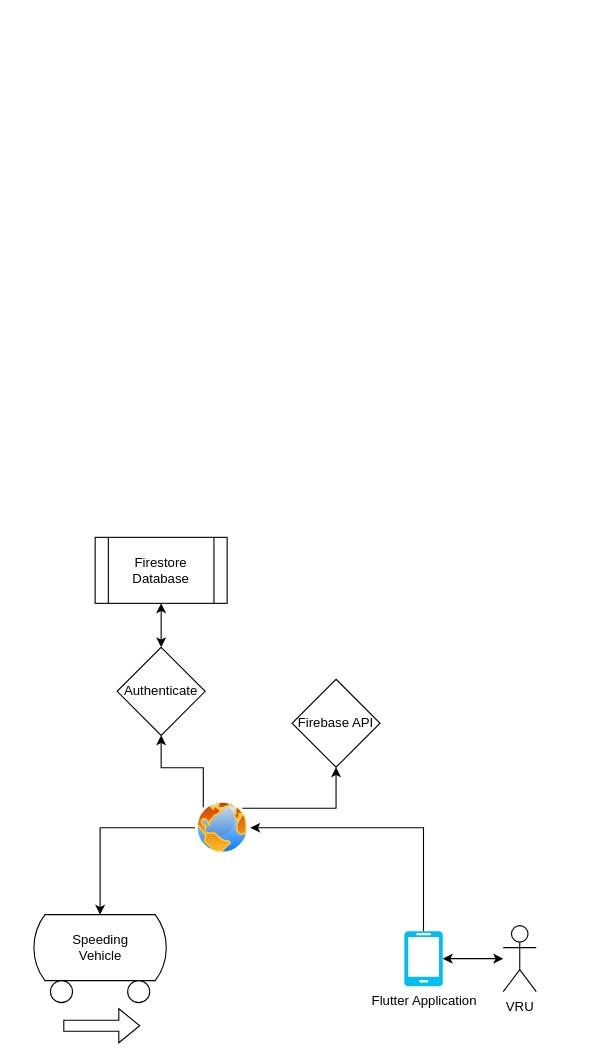
This is Untitled Diagram.drawio from rahulch02/smart-vehicle-mobility, a draw.io file, before an edit. Source tidied: cells renumbered, new cells numbered last; positions are measured from the earlier drawing's top-left corner, leaving out a move shared by most shapes. Both pictures are drawn from the tidied source at 110%, with x=0, y=0 at pixel (30, 537).
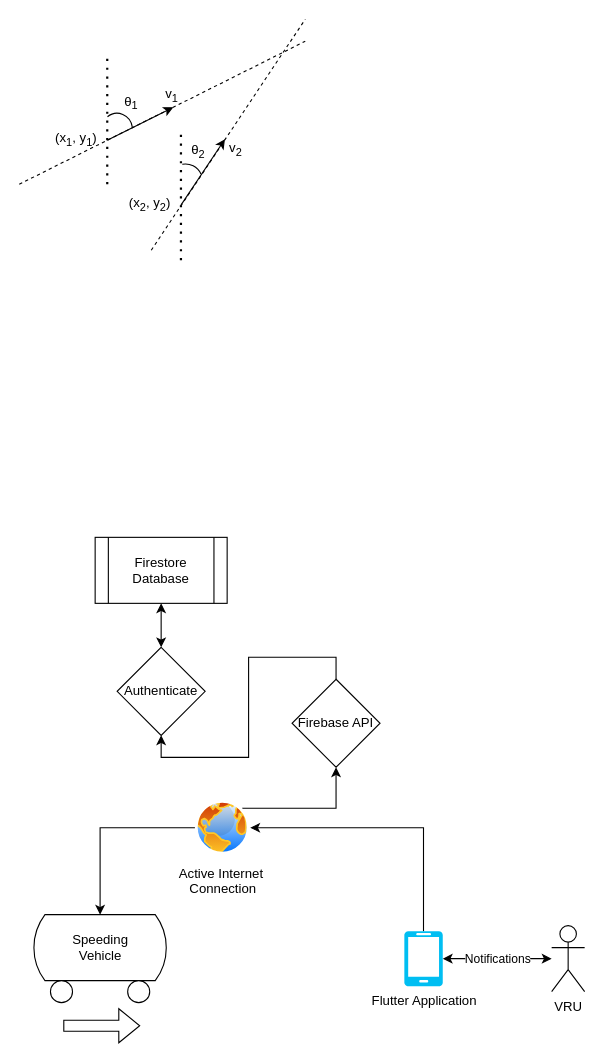
After the change.

Unchanged cells that the change refers to:
```xml
<mxCell id="3" value="Authenticate" style="rhombus;whiteSpace=wrap;html=1;" parent="1" vertex="1">
  <mxGeometry x="79" y="100" width="80" height="80" as="geometry" />
</mxCell>
<mxCell id="8" value="Flutter Application" style="verticalLabelPosition=bottom;html=1;verticalAlign=top;align=center;strokeColor=none;fillColor=#00BEF2;shape=mxgraph.azure.mobile;" parent="1" vertex="1">
  <mxGeometry x="340" y="358" width="35" height="50" as="geometry" />
</mxCell>
<mxCell id="12" value="Firebase API" style="rhombus;whiteSpace=wrap;html=1;" parent="1" vertex="1">
  <mxGeometry x="238" y="129" width="80" height="80" as="geometry" />
</mxCell>
```

Diff of the diagram source:
```diff
@@
     <mxCell id="9" value="VRU" style="shape=umlActor;verticalLabelPosition=bottom;verticalAlign=top;html=1;outlineConnect=0;" parent="1" vertex="1">
-      <mxGeometry x="430" y="353" width="30" height="60" as="geometry" />
+      <mxGeometry x="474" y="353" width="30" height="60" as="geometry" />
     </mxCell>
-    <mxCell id="10" style="endArrow=classic;startArrow=classic;html=1;rounded=0;exitX=1;exitY=0.5;exitDx=0;exitDy=0;exitPerimeter=0;" parent="1" edge="1" source="8" target="9">
+    <mxCell id="10" value="Notifications" style="endArrow=classic;startArrow=classic;html=1;rounded=0;exitX=1;exitY=0.5;exitDx=0;exitDy=0;exitPerimeter=0;" parent="1" edge="1" source="8" target="9">
       <mxGeometry relative="1" as="geometry" />
     </mxCell>
@@
+    <mxCell id="17" style="edgeStyle=orthogonalEdgeStyle;rounded=0;jettySize=auto;html=1;exitX=0.5;exitY=0;exitDx=0;exitDy=0;entryX=0.5;entryY=1;entryDx=0;entryDy=0;" parent="1" edge="1" source="12" target="3">
+      <mxGeometry relative="1" as="geometry" />
+    </mxCell>
@@
-    <mxCell id="15" style="edgeStyle=orthogonalEdgeStyle;rounded=0;jettySize=auto;html=1;exitX=0;exitY=0;exitDx=0;exitDy=0;entryX=0.5;entryY=1;entryDx=0;entryDy=0;" parent="1" edge="1" source="16" target="3">
-      <mxGeometry relative="1" as="geometry" />
-    </mxCell>
-    <mxCell id="16" style="image;perimeter=ellipsePerimeter;html=1;align=center;shadow=0;dashed=0;spacingTop=3;image=img/lib/active_directory/internet_globe.svg;" parent="1" vertex="1">
+    <mxCell id="16" value="&lt;div&gt;Active Internet&amp;nbsp;&lt;/div&gt;&lt;div&gt;Connection&lt;/div&gt;&lt;div&gt;&lt;br&gt;&lt;/div&gt;" style="image;perimeter=ellipsePerimeter;html=1;align=center;shadow=0;dashed=0;spacingTop=3;image=img/lib/active_directory/internet_globe.svg;" parent="1" vertex="1">
       <mxGeometry x="150" y="239" width="50" height="50" as="geometry" />
     </mxCell>
+    <mxCell id="18" style="endArrow=classic;html=1;rounded=0;" parent="1" edge="1">
+      <mxGeometry relative="1" as="geometry">
+        <mxPoint x="70" y="-361" as="sourcePoint" />
+        <mxPoint x="130" y="-391" as="targetPoint" />
+      </mxGeometry>
+    </mxCell>
+    <mxCell id="19" style="endArrow=none;dashed=1;html=1;dashPattern=1 3;strokeWidth=2;rounded=0;" parent="1" edge="1">
+      <mxGeometry relative="1" as="geometry">
+        <mxPoint x="70" y="-321" as="sourcePoint" />
+        <mxPoint x="70" y="-441" as="targetPoint" />
+      </mxGeometry>
+    </mxCell>
+    <mxCell id="20" style="endArrow=none;dashed=1;html=1;dashPattern=1 3;strokeWidth=2;rounded=0;" parent="1" edge="1">
+      <mxGeometry relative="1" as="geometry">
+        <mxPoint x="137" y="-252" as="sourcePoint" />
+        <mxPoint x="137" y="-372" as="targetPoint" />
+      </mxGeometry>
+    </mxCell>
+    <mxCell id="21" style="endArrow=classic;html=1;rounded=0;" parent="1" edge="1">
+      <mxGeometry relative="1" as="geometry">
+        <mxPoint x="137" y="-302" as="sourcePoint" />
+        <mxPoint x="177" y="-362" as="targetPoint" />
+      </mxGeometry>
+    </mxCell>
+    <mxCell id="22" style="verticalLabelPosition=bottom;verticalAlign=top;html=1;shape=mxgraph.basic.arc;startAngle=0.39452332288597114;endAngle=0.7263928920014064;rotation=-180;" parent="1" vertex="1">
+      <mxGeometry x="64.8" y="-385.5" width="28.2" height="30" as="geometry" />
+    </mxCell>
+    <mxCell id="23" style="verticalLabelPosition=bottom;verticalAlign=top;html=1;shape=mxgraph.basic.arc;startAngle=0.3;endAngle=0.513096540329736;rotation=-120;" parent="1" vertex="1">
+      <mxGeometry x="126" y="-339" width="31.2" height="30" as="geometry" />
+    </mxCell>
+    <mxCell id="24" value="(x&lt;sub&gt;1&lt;/sub&gt;, y&lt;sub&gt;1&lt;/sub&gt;)" style="text;html=1;strokeColor=none;fillColor=none;align=center;verticalAlign=middle;whiteSpace=wrap;rounded=0;" parent="1" vertex="1">
+      <mxGeometry x="11.8" y="-377" width="60" height="30" as="geometry" />
+    </mxCell>
+    <mxCell id="25" value="(x&lt;sub&gt;2&lt;/sub&gt;, y&lt;sub&gt;2&lt;/sub&gt;)" style="text;html=1;strokeColor=none;fillColor=none;align=center;verticalAlign=middle;whiteSpace=wrap;rounded=0;" parent="1" vertex="1">
+      <mxGeometry x="79" y="-318" width="60" height="30" as="geometry" />
+    </mxCell>
+    <mxCell id="26" value="&lt;br&gt;&lt;span class=&quot;ILfuVd&quot; lang=&quot;en&quot;&gt;&lt;span class=&quot;hgKElc&quot;&gt;θ&lt;/span&gt;&lt;/span&gt;&lt;sub&gt;2&lt;/sub&gt;" style="text;html=1;strokeColor=none;fillColor=none;align=center;verticalAlign=middle;whiteSpace=wrap;rounded=0;" parent="1" vertex="1">
+      <mxGeometry x="123" y="-373.5" width="60" height="30" as="geometry" />
+    </mxCell>
+    <mxCell id="27" value="&lt;br&gt;&lt;span class=&quot;ILfuVd&quot; lang=&quot;en&quot;&gt;&lt;span class=&quot;hgKElc&quot;&gt;θ&lt;/span&gt;&lt;/span&gt;&lt;sub&gt;1&lt;/sub&gt;" style="text;html=1;strokeColor=none;fillColor=none;align=center;verticalAlign=middle;whiteSpace=wrap;rounded=0;" parent="1" vertex="1">
+      <mxGeometry x="62" y="-417" width="60" height="30" as="geometry" />
+    </mxCell>
+    <mxCell id="28" style="endArrow=none;dashed=1;html=1;rounded=0;" parent="1" edge="1">
+      <mxGeometry relative="1" as="geometry">
+        <mxPoint x="-10" y="-321" as="sourcePoint" />
+        <mxPoint x="250" y="-451" as="targetPoint" />
+      </mxGeometry>
+    </mxCell>
+    <mxCell id="29" style="endArrow=none;dashed=1;html=1;rounded=0;" parent="1" edge="1">
+      <mxGeometry relative="1" as="geometry">
+        <mxPoint x="110" y="-261" as="sourcePoint" />
+        <mxPoint x="250" y="-471" as="targetPoint" />
+      </mxGeometry>
+    </mxCell>
+    <mxCell id="30" value="v&lt;sub&gt;1&lt;/sub&gt;" style="text;html=1;strokeColor=none;fillColor=none;align=center;verticalAlign=middle;whiteSpace=wrap;rounded=0;" parent="1" vertex="1">
+      <mxGeometry x="99" y="-417" width="60" height="30" as="geometry" />
+    </mxCell>
+    <mxCell id="31" value="v&lt;sub&gt;2&lt;/sub&gt;" style="text;html=1;strokeColor=none;fillColor=none;align=center;verticalAlign=middle;whiteSpace=wrap;rounded=0;" parent="1" vertex="1">
+      <mxGeometry x="157" y="-368" width="60" height="30" as="geometry" />
+    </mxCell>
```
